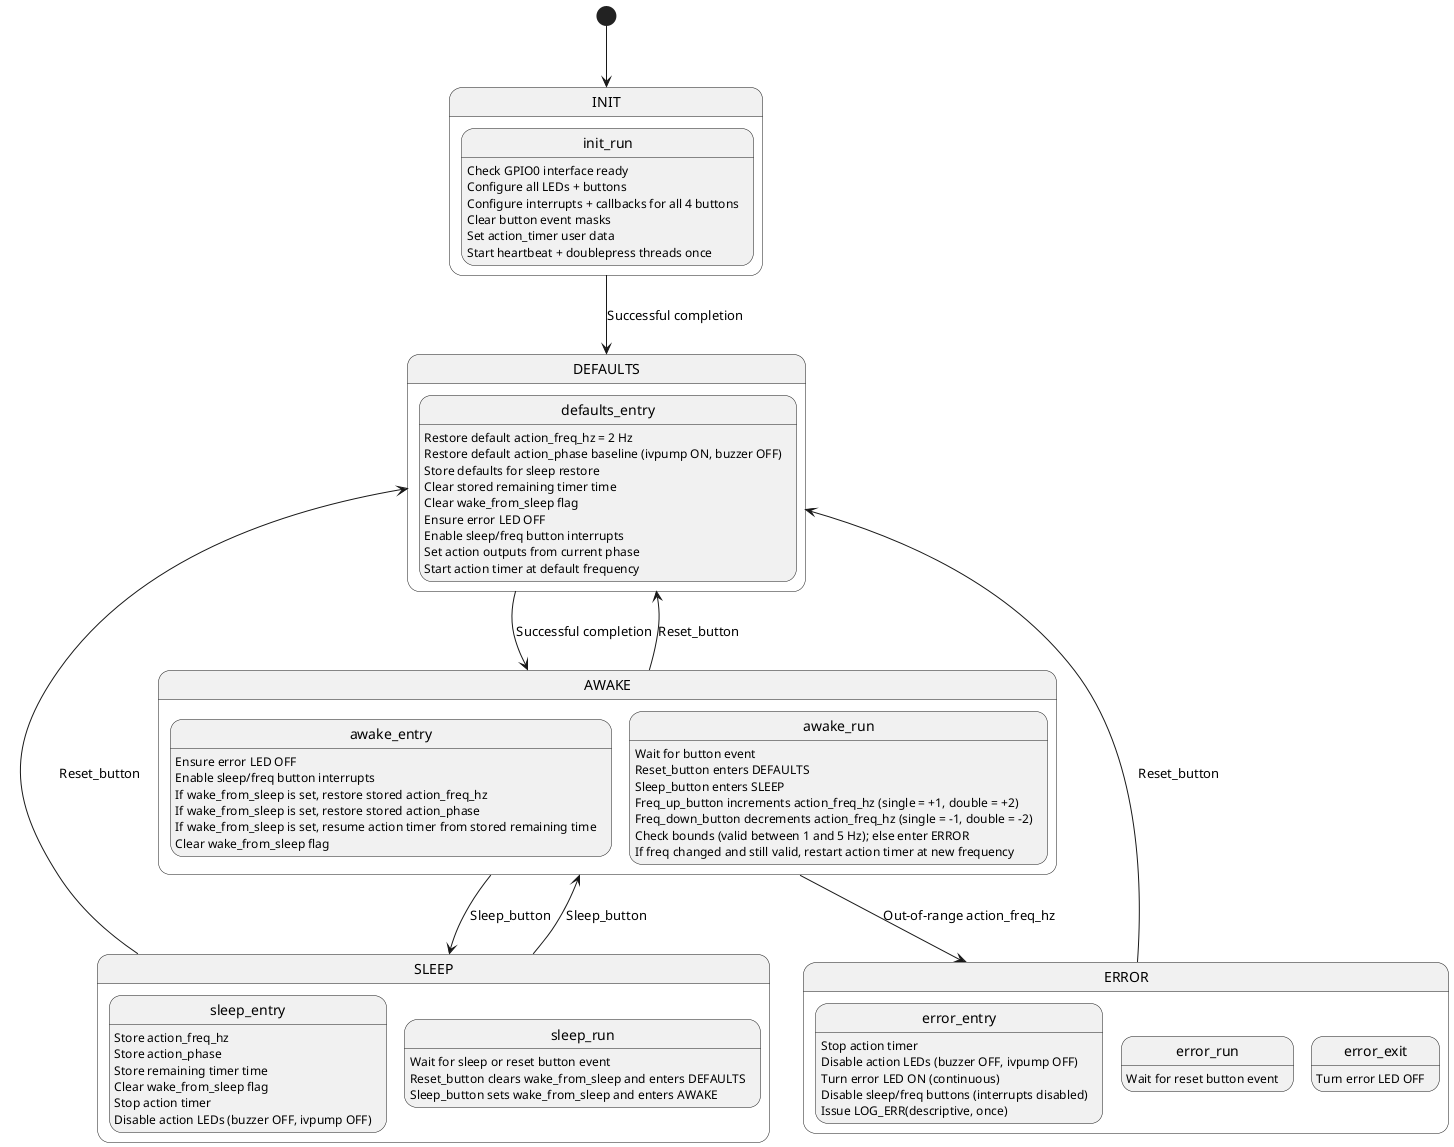
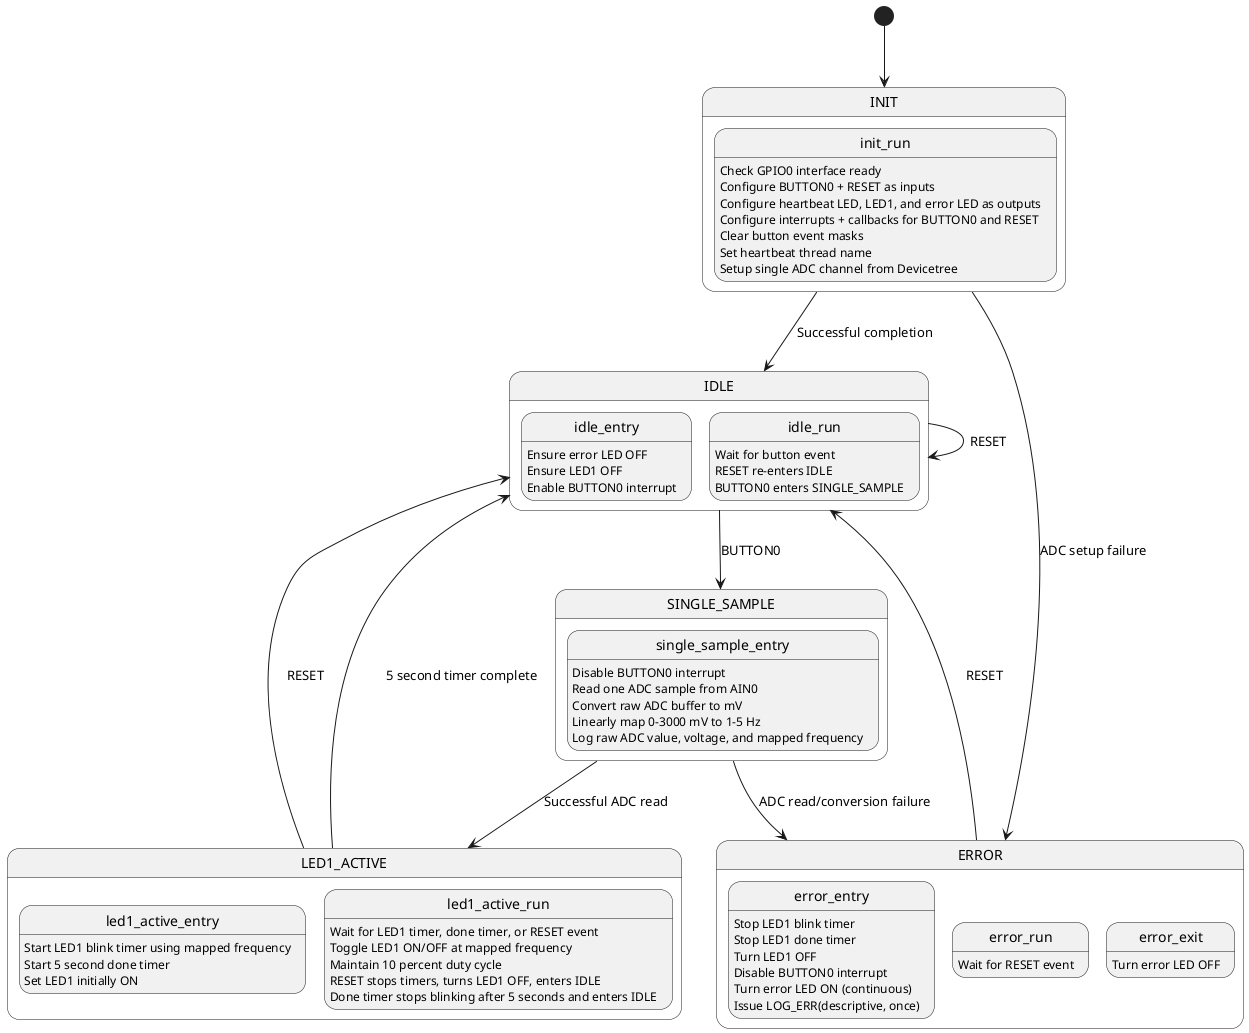
@startuml
[*] --> INIT

state INIT {
    init_run: Check GPIO0 interface ready
-     init_run: Configure all LEDs + buttons
-     init_run: Configure interrupts + callbacks for all 4 buttons
+     init_run: Configure BUTTON0 + RESET as inputs
+     init_run: Configure heartbeat LED, LED1, and error LED as outputs
+     init_run: Configure interrupts + callbacks for BUTTON0 and RESET
    init_run: Clear button event masks
-     init_run: Set action_timer user data
-     init_run: Start heartbeat + doublepress threads once
+     init_run: Set heartbeat thread name
+     init_run: Setup single ADC channel from Devicetree
}

- INIT -d-> DEFAULTS : Successful completion
+ INIT -d-> IDLE : Successful completion
+ INIT -d-> ERROR : ADC setup failure

- state DEFAULTS {
-     defaults_entry: Restore default action_freq_hz = 2 Hz
-     defaults_entry: Restore default action_phase baseline (ivpump ON, buzzer OFF)
-     defaults_entry: Store defaults for sleep restore
-     defaults_entry: Clear stored remaining timer time
-     defaults_entry: Clear wake_from_sleep flag
-     defaults_entry: Ensure error LED OFF
-     defaults_entry: Enable sleep/freq button interrupts
-     defaults_entry: Set action outputs from current phase
-     defaults_entry: Start action timer at default frequency
+ state IDLE {
+     idle_entry: Ensure error LED OFF
+     idle_entry: Ensure LED1 OFF
+     idle_entry: Enable BUTTON0 interrupt
+     idle_run: Wait for button event
+     idle_run: RESET re-enters IDLE
+     idle_run: BUTTON0 enters SINGLE_SAMPLE
}

- DEFAULTS --> AWAKE : Successful completion
+ IDLE --> IDLE : RESET
+ IDLE --> SINGLE_SAMPLE : BUTTON0

- state AWAKE {
-     awake_entry: Ensure error LED OFF
-     awake_entry: Enable sleep/freq button interrupts
-     awake_entry: If wake_from_sleep is set, restore stored action_freq_hz
-     awake_entry: If wake_from_sleep is set, restore stored action_phase
-     awake_entry: If wake_from_sleep is set, resume action timer from stored remaining time
-     awake_entry: Clear wake_from_sleep flag
-     awake_run: Wait for button event
-     awake_run: Reset_button enters DEFAULTS
-     awake_run: Sleep_button enters SLEEP
-     awake_run: Freq_up_button increments action_freq_hz (single = +1, double = +2)
-     awake_run: Freq_down_button decrements action_freq_hz (single = -1, double = -2)
-     awake_run: Check bounds (valid between 1 and 5 Hz); else enter ERROR
-     awake_run: If freq changed and still valid, restart action timer at new frequency
+ state SINGLE_SAMPLE {
+     single_sample_entry: Disable BUTTON0 interrupt
+     single_sample_entry: Read one ADC sample from AIN0
+     single_sample_entry: Convert raw ADC buffer to mV
+     single_sample_entry: Linearly map 0-3000 mV to 1-5 Hz
+     single_sample_entry: Log raw ADC value, voltage, and mapped frequency
}

- AWAKE --> DEFAULTS : Reset_button
- AWAKE --> SLEEP : Sleep_button
- AWAKE --> ERROR : Out-of-range action_freq_hz
+ SINGLE_SAMPLE --> LED1_ACTIVE : Successful ADC read
+ SINGLE_SAMPLE --> ERROR : ADC read/conversion failure

- state SLEEP {
-     sleep_entry: Store action_freq_hz
-     sleep_entry: Store action_phase
-     sleep_entry: Store remaining timer time
-     sleep_entry: Clear wake_from_sleep flag
-     sleep_entry: Stop action timer
-     sleep_entry: Disable action LEDs (buzzer OFF, ivpump OFF)
-     sleep_run: Wait for sleep or reset button event
-     sleep_run: Reset_button clears wake_from_sleep and enters DEFAULTS
-     sleep_run: Sleep_button sets wake_from_sleep and enters AWAKE
+ state LED1_ACTIVE {
+     led1_active_entry: Start LED1 blink timer using mapped frequency
+     led1_active_entry: Start 5 second done timer
+     led1_active_entry: Set LED1 initially ON
+     led1_active_run: Wait for LED1 timer, done timer, or RESET event
+     led1_active_run: Toggle LED1 ON/OFF at mapped frequency
+     led1_active_run: Maintain 10 percent duty cycle
+     led1_active_run: RESET stops timers, turns LED1 OFF, enters IDLE
+     led1_active_run: Done timer stops blinking after 5 seconds and enters IDLE
}

- SLEEP --> DEFAULTS : Reset_button
- SLEEP --> AWAKE : Sleep_button
+ LED1_ACTIVE --> IDLE : RESET
+ LED1_ACTIVE --> IDLE : 5 second timer complete

state ERROR {
-     error_entry: Stop action timer
-     error_entry: Disable action LEDs (buzzer OFF, ivpump OFF)
+     error_entry: Stop LED1 blink timer
+     error_entry: Stop LED1 done timer
+     error_entry: Turn LED1 OFF
+     error_entry: Disable BUTTON0 interrupt
    error_entry: Turn error LED ON (continuous)
-     error_entry: Disable sleep/freq buttons (interrupts disabled)
    error_entry: Issue LOG_ERR(descriptive, once)
-     error_run: Wait for reset button event
+     error_run: Wait for RESET event
    error_exit: Turn error LED OFF
}

- ERROR --> DEFAULTS : Reset_button
+ ERROR --> IDLE : RESET
@enduml